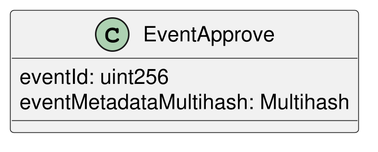
Before: img/event-approve.png, a diagram exported from PlantUML (ai-shift/cyber-valley-tickets).
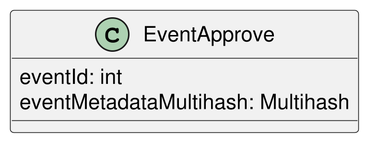
Later version of the same file.

What changed in the source:
```diff
@@ -1,7 +1,7 @@
 @startuml
 skinparam Dpi 300
 class EventApprove {
-  eventId: uint256
+  eventId: int
   eventMetadataMultihash: Multihash
 }
 @enduml
```
